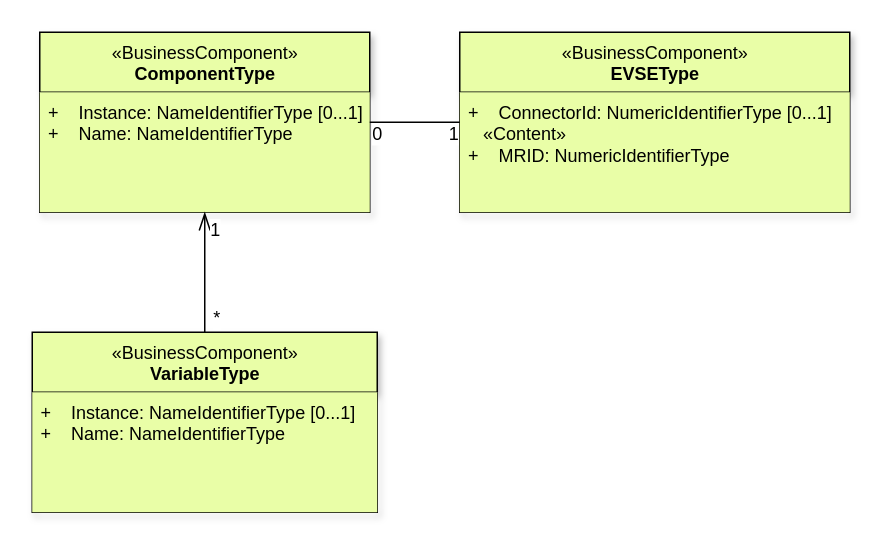
phoi5675/ocpp-markdown keeps this draw.io diagram as OCPP_2.0.1/plantuml/figure_3.drawio. Above is the earlier version. Source tidied: cells renumbered, new cells numbered last; positions are measured from the earlier drawing's top-left corner, leaving out a move shared by most shapes. Both pictures are drawn from the tidied source at 150%, with x=0, y=0 at pixel (32, 32).
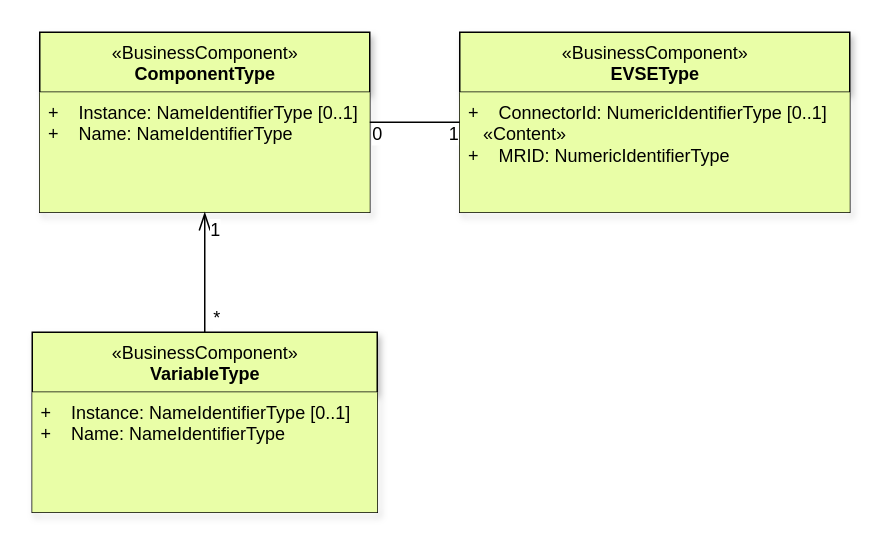
After the change.

The edit, as a diff of the source:
```diff
@@
 <mxGraphModel>
   <root>
     <mxCell id="0" />
     <mxCell id="1" parent="0" />
     <mxCell id="2" value="&lt;font style=&quot;font-size: 12px;&quot;&gt;&lt;span style=&quot;background-color: initial; font-size: 12px;&quot;&gt;«BusinessComponent»&lt;br style=&quot;font-size: 12px;&quot;&gt;&lt;/span&gt;&lt;b style=&quot;font-size: 12px;&quot;&gt;ComponentType&lt;/b&gt;&lt;/font&gt;" style="swimlane;fontStyle=0;align=center;verticalAlign=top;horizontal=1;startSize=40;html=1;fillColor=#e9fea7;shadow=1;fontSize=12;" parent="1" vertex="1">
       <mxGeometry x="5" width="220" height="120" as="geometry" />
     </mxCell>
-    <mxCell id="3" value="+&amp;nbsp; &amp;nbsp; Instance: NameIdentifierType [0...1]&lt;br style=&quot;font-size: 12px;&quot;&gt;+&amp;nbsp; &amp;nbsp; Name: NameIdentifierType" style="text;html=1;strokeColor=none;fillColor=#e9fea7;align=left;verticalAlign=top;spacingLeft=4;spacingRight=4;overflow=hidden;points=[[0,0.5],[1,0.5]];portConstraint=eastwest;fontSize=12;" parent="2" vertex="1">
+    <mxCell id="3" value="+&amp;nbsp; &amp;nbsp; Instance: NameIdentifierType [0..1]&lt;br style=&quot;font-size: 12px;&quot;&gt;+&amp;nbsp; &amp;nbsp; Name: NameIdentifierType" style="text;html=1;strokeColor=none;fillColor=#e9fea7;align=left;verticalAlign=top;spacingLeft=4;spacingRight=4;overflow=hidden;points=[[0,0.5],[1,0.5]];portConstraint=eastwest;fontSize=12;" parent="2" vertex="1">
       <mxGeometry y="40" width="220" height="80" as="geometry" />
     </mxCell>
     <mxCell id="4" value="&lt;font style=&quot;font-size: 12px;&quot;&gt;&lt;span style=&quot;background-color: initial; font-size: 12px;&quot;&gt;«BusinessComponent»&lt;br style=&quot;font-size: 12px;&quot;&gt;&lt;/span&gt;&lt;b style=&quot;font-size: 12px;&quot;&gt;VariableType&lt;/b&gt;&lt;/font&gt;" style="swimlane;fontStyle=0;align=center;verticalAlign=top;horizontal=1;startSize=40;html=1;fillColor=#e9fea7;rounded=0;shadow=1;fontSize=12;" parent="1" vertex="1">
       <mxGeometry y="200" width="230" height="120" as="geometry" />
     </mxCell>
-    <mxCell id="5" value="+&amp;nbsp; &amp;nbsp; Instance: NameIdentifierType [0...1]&lt;br style=&quot;font-size: 12px;&quot;&gt;+&amp;nbsp; &amp;nbsp; Name: NameIdentifierType" style="text;html=1;strokeColor=none;fillColor=#e9fea7;align=left;verticalAlign=top;spacingLeft=4;spacingRight=4;overflow=hidden;fontSize=12;" parent="4" vertex="1">
+    <mxCell id="5" value="+&amp;nbsp; &amp;nbsp; Instance: NameIdentifierType [0..1]&lt;br style=&quot;font-size: 12px;&quot;&gt;+&amp;nbsp; &amp;nbsp; Name: NameIdentifierType" style="text;html=1;strokeColor=none;fillColor=#e9fea7;align=left;verticalAlign=top;spacingLeft=4;spacingRight=4;overflow=hidden;fontSize=12;" parent="4" vertex="1">
       <mxGeometry y="40" width="230" height="80" as="geometry" />
     </mxCell>
     <mxCell id="6" value="&lt;font style=&quot;font-size: 12px;&quot;&gt;&lt;span style=&quot;background-color: initial; font-size: 12px;&quot;&gt;«BusinessComponent»&lt;br style=&quot;font-size: 12px;&quot;&gt;&lt;/span&gt;&lt;b style=&quot;font-size: 12px;&quot;&gt;EVSEType&lt;/b&gt;&lt;/font&gt;" style="swimlane;fontStyle=0;align=center;verticalAlign=top;horizontal=1;startSize=40;html=1;fillColor=#e9fea7;shadow=1;fontSize=12;" parent="1" vertex="1">
       <mxGeometry x="285" width="260" height="120" as="geometry" />
     </mxCell>
-    <mxCell id="7" value="+&amp;nbsp; &amp;nbsp; ConnectorId: NumericIdentifierType [0...1]&lt;br style=&quot;font-size: 12px;&quot;&gt;&lt;span style=&quot;text-align: center; font-size: 12px;&quot;&gt;&amp;nbsp; &amp;nbsp;«Content»&lt;/span&gt;&lt;br style=&quot;font-size: 12px;&quot;&gt;+&amp;nbsp; &amp;nbsp; MRID: NumericIdentifierType" style="text;html=1;strokeColor=none;fillColor=#e9fea7;align=left;verticalAlign=top;spacingLeft=4;spacingRight=4;overflow=hidden;fontSize=12;" parent="6" vertex="1">
+    <mxCell id="7" value="+&amp;nbsp; &amp;nbsp; ConnectorId: NumericIdentifierType [0..1]&lt;br style=&quot;font-size: 12px;&quot;&gt;&lt;span style=&quot;text-align: center; font-size: 12px;&quot;&gt;&amp;nbsp; &amp;nbsp;«Content»&lt;/span&gt;&lt;br style=&quot;font-size: 12px;&quot;&gt;+&amp;nbsp; &amp;nbsp; MRID: NumericIdentifierType" style="text;html=1;strokeColor=none;fillColor=#e9fea7;align=left;verticalAlign=top;spacingLeft=4;spacingRight=4;overflow=hidden;fontSize=12;" parent="6" vertex="1">
       <mxGeometry y="40" width="260" height="80" as="geometry" />
     </mxCell>
     <mxCell id="8" style="edgeStyle=none;html=1;fontFamily=Helvetica;fontSize=12;endArrow=openThin;endFill=0;endSize=10;" parent="1" edge="1" source="4" target="3">
       <mxGeometry relative="1" as="geometry" />
     </mxCell>
     <mxCell id="9" value="1" style="edgeLabel;html=1;align=center;verticalAlign=middle;fontSize=12;" parent="8" vertex="1">
       <mxGeometry x="0.72" relative="1" as="geometry">
         <mxPoint x="6" as="offset" />
       </mxGeometry>
     </mxCell>
     <mxCell id="10" value="*" style="edgeLabel;html=1;align=center;verticalAlign=middle;fontSize=12;" parent="8" vertex="1">
       <mxGeometry x="-0.7" y="-1" relative="1" as="geometry">
         <mxPoint x="6" y="2" as="offset" />
       </mxGeometry>
     </mxCell>
     <mxCell id="11" style="edgeStyle=none;html=1;entryX=0;entryY=0.5;entryDx=0;entryDy=0;fontFamily=Helvetica;fontSize=12;endArrow=none;endFill=0;endSize=10;" parent="1" edge="1" source="2" target="6">
       <mxGeometry relative="1" as="geometry" />
     </mxCell>
     <mxCell id="12" value="0" style="edgeLabel;html=1;align=center;verticalAlign=middle;fontSize=12;" parent="11" vertex="1">
       <mxGeometry x="-0.87" y="2" relative="1" as="geometry">
         <mxPoint y="9" as="offset" />
       </mxGeometry>
     </mxCell>
     <mxCell id="13" value="1" style="edgeLabel;html=1;align=center;verticalAlign=middle;fontSize=12;" parent="11" vertex="1">
       <mxGeometry x="0.84" relative="1" as="geometry">
         <mxPoint y="7" as="offset" />
       </mxGeometry>
     </mxCell>
   </root>
 </mxGraphModel>
```
